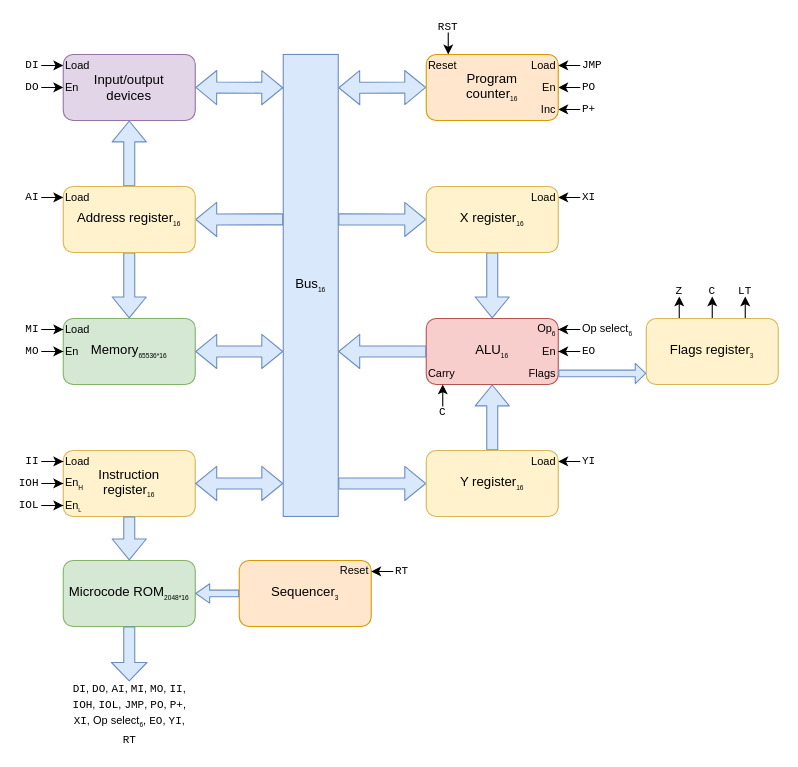
jes/scamp-cpu keeps this draw.io diagram as diagram.drawio. Above is the earlier version. Source tidied: cells renumbered, new cells numbered last; positions are measured from the earlier drawing's top-left corner, leaving out a move shared by most shapes. Both pictures are drawn from the tidied source at 110%, with x=0, y=0 at pixel (19, 21).
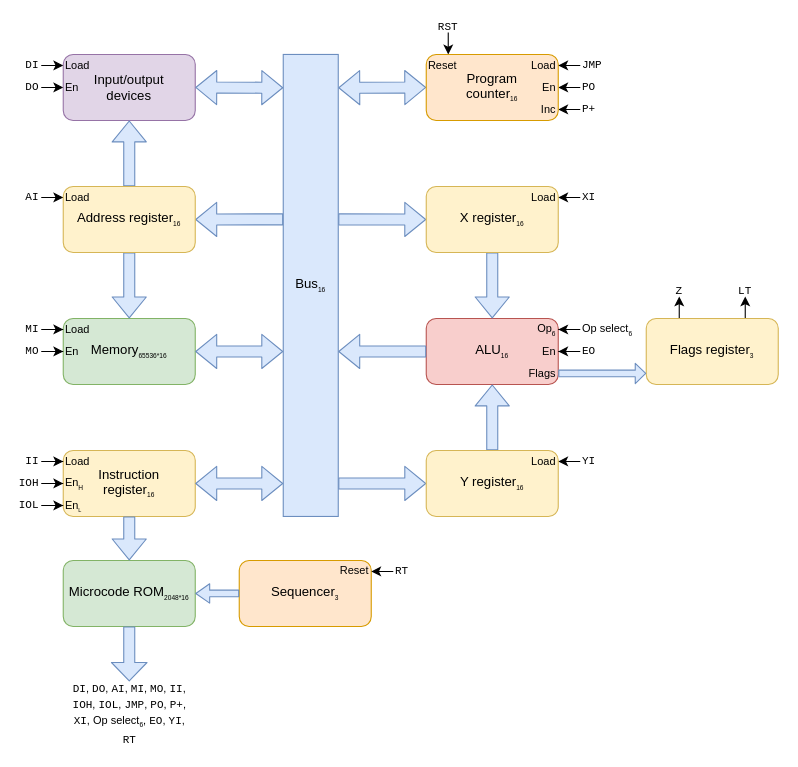
The same diagram, later.

The change refers to these unchanged cells:
```xml
<mxCell id="38" value="Flags register&lt;sub&gt;&lt;font style=&quot;font-size: 6px&quot;&gt;3&lt;/font&gt;&lt;/sub&gt;" style="rounded=1;whiteSpace=wrap;html=1;fillColor=#fff2cc;strokeColor=#d6b656;" parent="1" vertex="1">
  <mxGeometry x="570" y="270" width="120" height="60" as="geometry" />
</mxCell>
```

Diff of the diagram source:
```diff
@@
-    <mxCell id="36" style="edgeStyle=orthogonalEdgeStyle;rounded=1;jettySize=auto;html=1;exitX=0.5;exitY=0;exitDx=0;exitDy=0;entryX=0.5;entryY=1;entryDx=0;entryDy=0;startSize=3;endSize=6;strokeColor=#000000;" parent="1" edge="1" source="38" target="41">
-      <mxGeometry relative="1" as="geometry" />
-    </mxCell>
@@
-    <mxCell id="41" value="&lt;font style=&quot;font-size: 10px&quot;&gt;C&lt;/font&gt;" style="text;html=1;strokeColor=none;fillColor=none;align=center;verticalAlign=middle;whiteSpace=wrap;rounded=0;fontFamily=Courier New;" parent="1" vertex="1">
-      <mxGeometry x="610" y="240" width="40" height="10" as="geometry" />
-    </mxCell>
@@
-    <mxCell id="53" value="Carry" style="text;html=1;strokeColor=none;fillColor=none;align=left;verticalAlign=middle;whiteSpace=wrap;rounded=0;fontSize=10;" parent="1" vertex="1">
-      <mxGeometry x="370" y="310" width="30" height="20" as="geometry" />
-    </mxCell>
-    <mxCell id="54" style="edgeStyle=orthogonalEdgeStyle;rounded=1;jettySize=auto;html=1;entryX=0.5;entryY=1;entryDx=0;entryDy=0;startSize=6;endSize=6;strokeColor=#000000;strokeWidth=1;fontSize=10;" parent="1" edge="1" source="55" target="53">
-      <mxGeometry relative="1" as="geometry" />
-    </mxCell>
-    <mxCell id="55" value="C" style="text;html=1;strokeColor=none;fillColor=none;align=center;verticalAlign=middle;whiteSpace=wrap;rounded=0;fontSize=10;fontFamily=Courier New;" parent="1" vertex="1">
-      <mxGeometry x="365" y="350" width="40" height="10" as="geometry" />
-    </mxCell>
```
